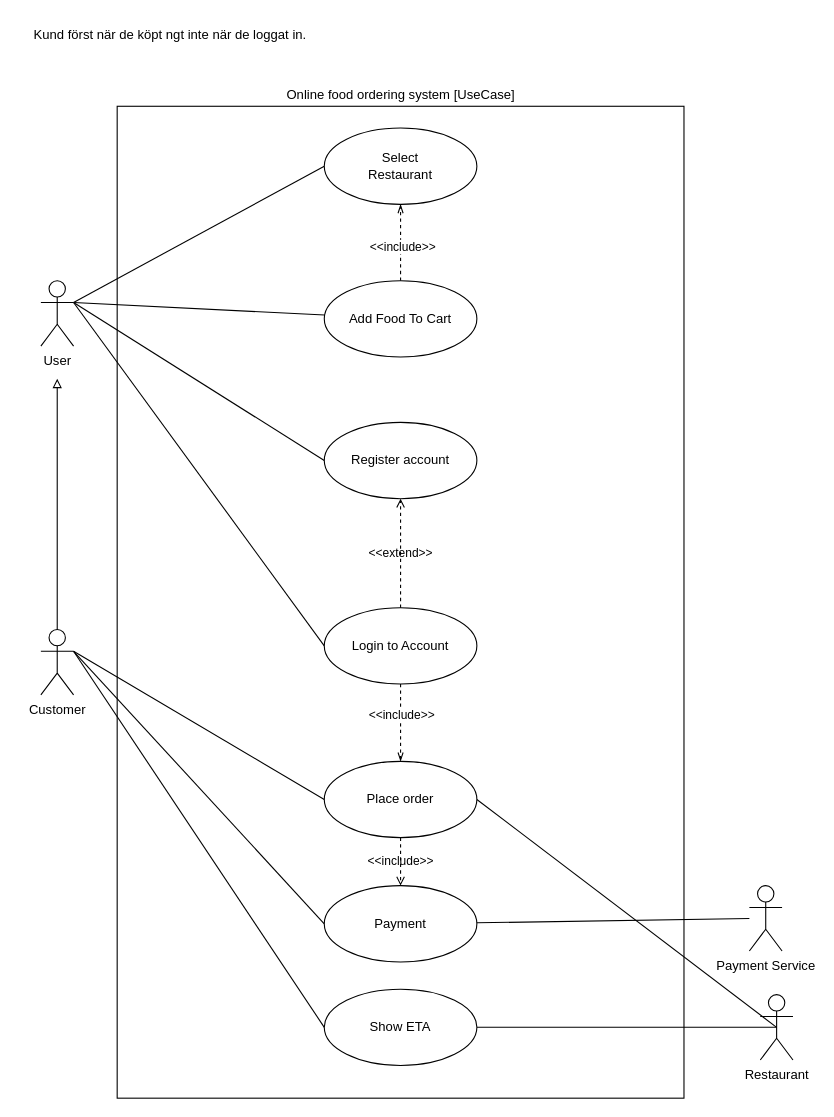
This is page "UseCase" (1 of 5) of Project work Modellering.drawio from timhallberg/projectworkModellering, a draw.io file, before an edit. Source tidied: cells renumbered, new cells numbered last; positions are measured from the earlier drawing's top-left corner, leaving out a move shared by most shapes. Both pictures are drawn from the tidied source at 109%, with x=0, y=0 at pixel (19, 19).
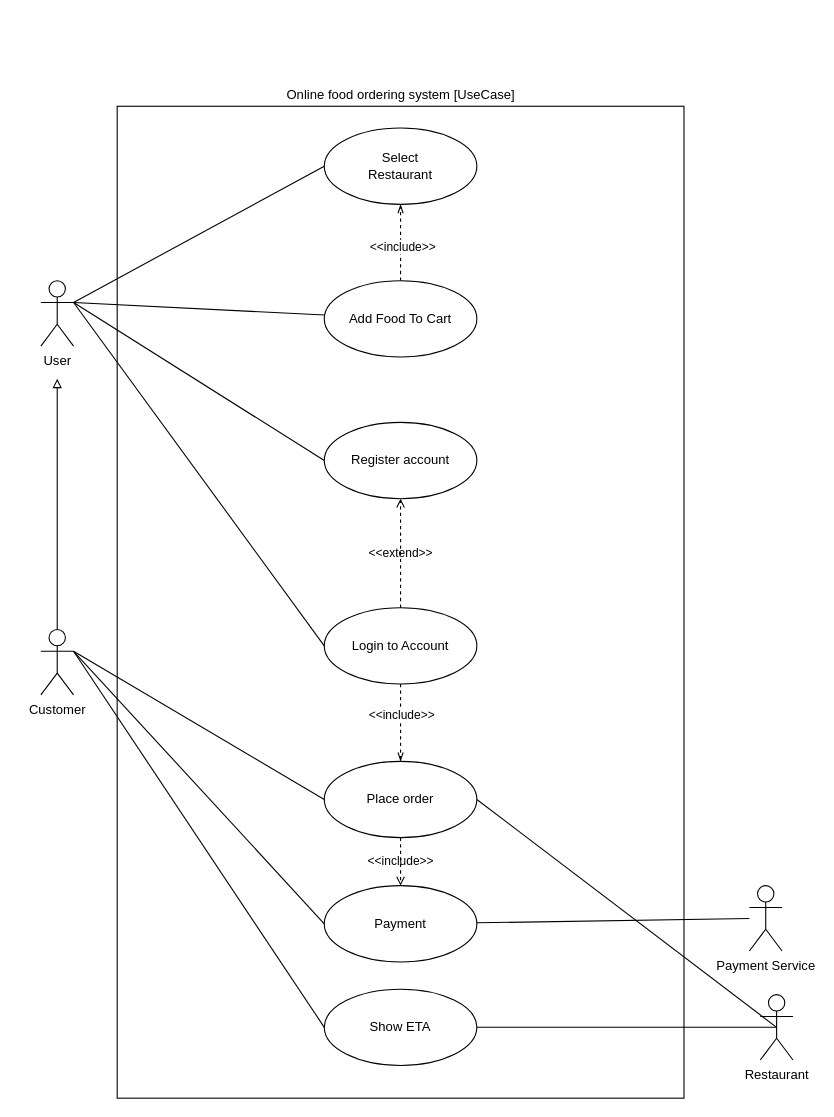
The same page after the edit.

Change to the diagram source:
```diff
@@
-    <mxCell id="32" value="Kund först när de köpt ngt inte när de loggat in.&amp;nbsp;" style="text;html=1;align=center;verticalAlign=middle;strokeColor=none;fillColor=none;" parent="1" vertex="1">
-      <mxGeometry width="280" height="30" as="geometry" />
-    </mxCell>
```
